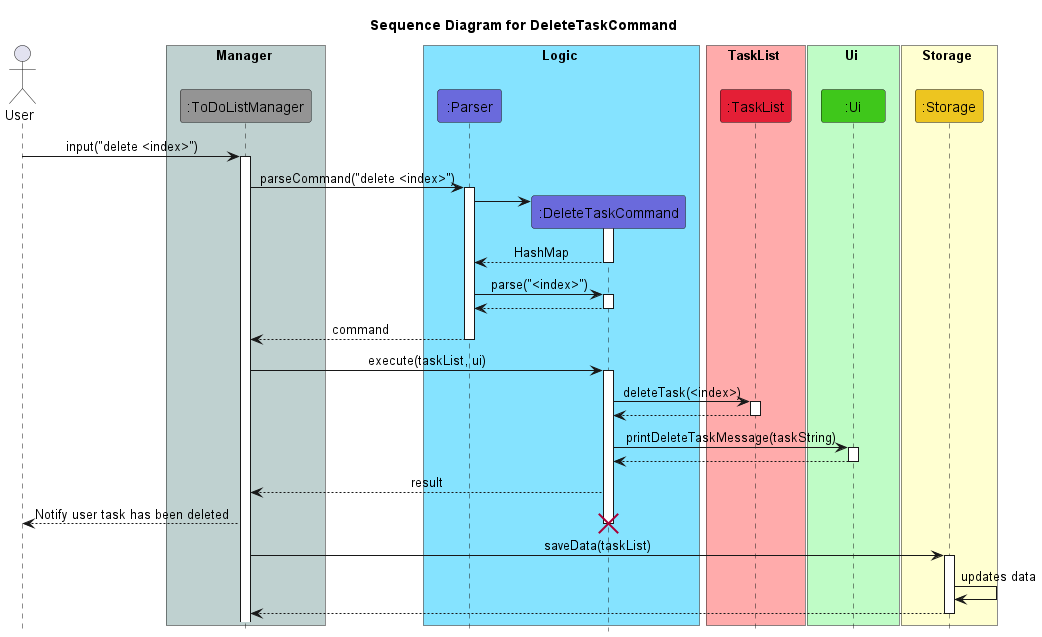
The PlantUML diagram docs/images/DeleteTaskCommandSequence.png in nus-cs2113-AY2223S2/tp, before a commit.
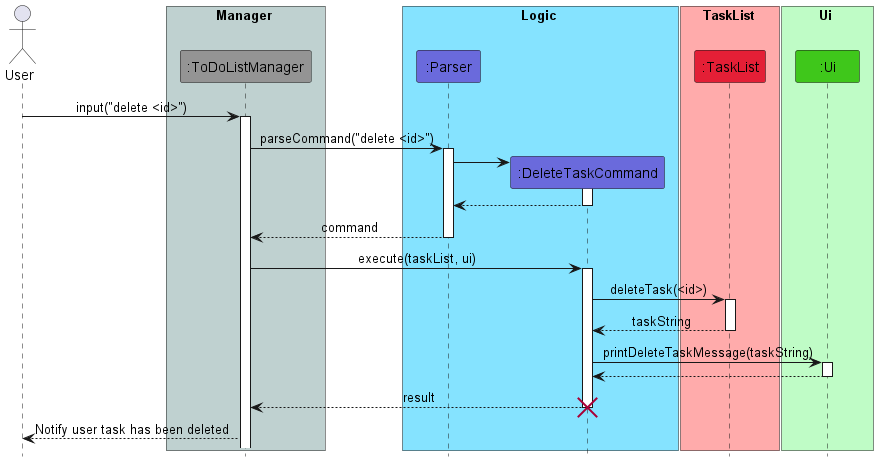
The same diagram one commit later.

Diff of the diagram source:
```diff
@@ -1,7 +1,5 @@
 @startuml
 !include Style.puml
-
-title Sequence Diagram for DeleteTaskCommand
 
 actor User
 
@@ -22,20 +20,12 @@
 participant ":Ui" as Ui COLOR_UI
 end box
 
-box Storage COLOR_STORAGE_LIGHT
-participant ":Storage" as Storage COLOR_STORAGE
-end box
-
-User -> ToDoListManager: input("delete <index>")
+User -> ToDoListManager: input("delete <id>")
 activate ToDoListManager
-ToDoListManager -> Parser : parseCommand("delete <index>")
+ToDoListManager -> Parser : parseCommand("delete <id>")
 activate Parser
 create DeleteTaskCommand
 Parser -> DeleteTaskCommand
-activate DeleteTaskCommand
-DeleteTaskCommand --> Parser : HashMap
-deactivate DeleteTaskCommand
-Parser -> DeleteTaskCommand : parse("<index>")
 activate DeleteTaskCommand
 DeleteTaskCommand --> Parser
 deactivate DeleteTaskCommand
@@ -43,22 +33,16 @@
 deactivate Parser
 ToDoListManager -> DeleteTaskCommand : execute(taskList, ui)
 activate DeleteTaskCommand
-DeleteTaskCommand -> TaskList: deleteTask(<index>)
+DeleteTaskCommand -> TaskList: deleteTask(<id>)
 activate TaskList
-TaskList --> DeleteTaskCommand
+TaskList --> DeleteTaskCommand : taskString
 deactivate TaskList
 DeleteTaskCommand -> Ui : printDeleteTaskMessage(taskString)
 activate Ui
 Ui --> DeleteTaskCommand
 deactivate Ui
 DeleteTaskCommand --> ToDoListManager : result
-ToDoListManager --> User : Notify user task has been deleted
 deactivate DeleteTaskCommand
 destroy DeleteTaskCommand
-ToDoListManager ->Storage : saveData(taskList)
-activate Storage
-Storage -> Storage : updates data
-Storage --> ToDoListManager
-deactivate Storage
-
+ToDoListManager --> User : Notify user task has been deleted
 @enduml
```
